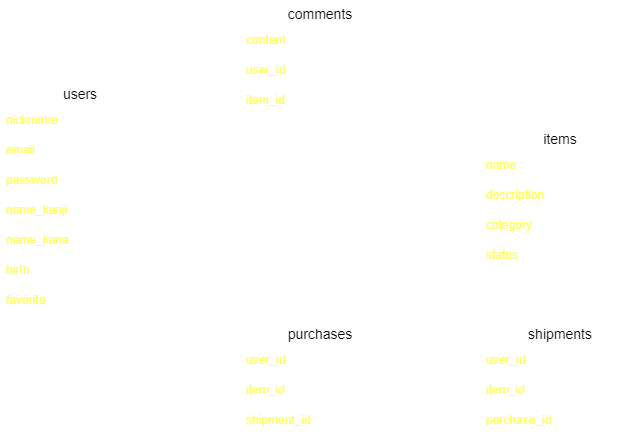
This is ER_furima-39485.png from Aya-Nori/furima-39485, a draw.io export, as it was before one commit. Source tidied: cells renumbered, new cells last; positions are measured from the earlier drawing's top-left corner, leaving out a move shared by most shapes. The source it was exported from:
```xml
<mxGraphModel>
  <root>
    <mxCell id="0" />
    <mxCell id="1" parent="0" />
    <mxCell id="2" value="users" style="swimlane;fontStyle=0;horizontal=1;startSize=26;align=center;fontSize=14;labelBackgroundColor=default;strokeColor=#FFFFFF;" parent="1" vertex="1">
      <mxGeometry y="80" width="160" height="236" as="geometry" />
    </mxCell>
    <mxCell id="3" value="nickname" style="text;strokeColor=none;fillColor=none;spacingLeft=4;spacingRight=4;overflow=hidden;fontSize=12;labelBackgroundColor=none;fontColor=#FFFF66;" parent="2" vertex="1">
      <mxGeometry y="26" width="160" height="30" as="geometry" />
    </mxCell>
    <mxCell id="4" value="email" style="text;strokeColor=none;fillColor=none;spacingLeft=4;spacingRight=4;overflow=hidden;points=[[0,0.5],[1,0.5]];portConstraint=eastwest;fontSize=12;labelBackgroundColor=none;fontColor=#FFFF66;" parent="2" vertex="1">
      <mxGeometry y="56" width="160" height="30" as="geometry" />
    </mxCell>
    <mxCell id="5" value="password" style="text;strokeColor=none;fillColor=none;spacingLeft=4;spacingRight=4;overflow=hidden;fontSize=12;labelBackgroundColor=none;fontColor=#FFFF66;" parent="2" vertex="1">
      <mxGeometry y="86" width="160" height="30" as="geometry" />
    </mxCell>
    <mxCell id="6" value="name_kanji" style="text;strokeColor=none;fillColor=none;spacingLeft=4;spacingRight=4;overflow=hidden;points=[[0,0.5],[1,0.5]];portConstraint=eastwest;fontSize=12;labelBackgroundColor=none;fontColor=#FFFF66;" parent="2" vertex="1">
      <mxGeometry y="116" width="160" height="30" as="geometry" />
    </mxCell>
    <mxCell id="7" value="name_kana" style="text;strokeColor=none;fillColor=none;spacingLeft=4;spacingRight=4;overflow=hidden;points=[[0,0.5],[1,0.5]];portConstraint=eastwest;fontSize=12;labelBackgroundColor=none;fontColor=#FFFF66;" parent="2" vertex="1">
      <mxGeometry y="146" width="160" height="30" as="geometry" />
    </mxCell>
    <mxCell id="8" value="birth" style="text;strokeColor=none;fillColor=none;spacingLeft=4;spacingRight=4;overflow=hidden;points=[[0,0.5],[1,0.5]];portConstraint=eastwest;fontSize=12;labelBackgroundColor=none;fontColor=#FFFF66;" parent="2" vertex="1">
      <mxGeometry y="176" width="160" height="30" as="geometry" />
    </mxCell>
    <mxCell id="9" value="favorite" style="text;strokeColor=none;fillColor=none;spacingLeft=4;spacingRight=4;overflow=hidden;fontSize=12;labelBackgroundColor=none;fontColor=#FFFF66;" parent="2" vertex="1">
      <mxGeometry y="206" width="160" height="30" as="geometry" />
    </mxCell>
    <mxCell id="10" value="items" style="swimlane;fontStyle=0;horizontal=1;startSize=26;align=center;fontSize=14;labelBackgroundColor=default;strokeColor=#FFFFFF;" parent="1" vertex="1">
      <mxGeometry x="480" y="125" width="160" height="146" as="geometry" />
    </mxCell>
    <mxCell id="11" value="name" style="text;strokeColor=none;fillColor=none;spacingLeft=4;spacingRight=4;overflow=hidden;points=[[0,0.5],[1,0.5]];portConstraint=eastwest;fontSize=12;labelBackgroundColor=none;fontColor=#FFFF66;" parent="10" vertex="1">
      <mxGeometry y="26" width="160" height="30" as="geometry" />
    </mxCell>
    <mxCell id="12" value="description" style="text;strokeColor=none;fillColor=none;spacingLeft=4;spacingRight=4;overflow=hidden;points=[[0,0.5],[1,0.5]];portConstraint=eastwest;fontSize=12;labelBackgroundColor=none;fontColor=#FFFF66;" parent="10" vertex="1">
      <mxGeometry y="56" width="160" height="30" as="geometry" />
    </mxCell>
    <mxCell id="13" value="category" style="text;strokeColor=none;fillColor=none;spacingLeft=4;spacingRight=4;overflow=hidden;fontSize=12;labelBackgroundColor=none;fontColor=#FFFF66;" parent="10" vertex="1">
      <mxGeometry y="86" width="160" height="30" as="geometry" />
    </mxCell>
    <mxCell id="14" value="status" style="text;strokeColor=none;fillColor=none;spacingLeft=4;spacingRight=4;overflow=hidden;fontSize=12;labelBackgroundColor=none;fontColor=#FFFF66;" parent="10" vertex="1">
      <mxGeometry y="116" width="160" height="30" as="geometry" />
    </mxCell>
    <mxCell id="15" value="comments" style="swimlane;fontStyle=0;horizontal=1;startSize=26;align=center;fontSize=14;labelBackgroundColor=default;strokeColor=#FFFFFF;" parent="1" vertex="1">
      <mxGeometry x="240" width="160" height="116" as="geometry" />
    </mxCell>
    <mxCell id="16" value="content" style="text;strokeColor=none;fillColor=none;spacingLeft=4;spacingRight=4;overflow=hidden;fontSize=12;labelBackgroundColor=none;fontColor=#FFFF66;" parent="15" vertex="1">
      <mxGeometry y="26" width="160" height="30" as="geometry" />
    </mxCell>
    <mxCell id="17" value="user_id" style="text;strokeColor=none;fillColor=none;spacingLeft=4;spacingRight=4;overflow=hidden;points=[[0,0.5],[1,0.5]];portConstraint=eastwest;fontSize=12;labelBackgroundColor=none;fontColor=#FFFF66;" parent="15" vertex="1">
      <mxGeometry y="56" width="160" height="30" as="geometry" />
    </mxCell>
    <mxCell id="18" value="item_id" style="text;strokeColor=none;fillColor=none;spacingLeft=4;spacingRight=4;overflow=hidden;fontSize=12;labelBackgroundColor=none;fontColor=#FFFF66;" parent="15" vertex="1">
      <mxGeometry y="86" width="160" height="30" as="geometry" />
    </mxCell>
    <mxCell id="19" value="purchases" style="swimlane;fontStyle=0;horizontal=1;startSize=26;align=center;fontSize=14;labelBackgroundColor=default;strokeColor=#FFFFFF;" parent="1" vertex="1">
      <mxGeometry x="240" y="320" width="160" height="116" as="geometry" />
    </mxCell>
    <mxCell id="20" value="user_id" style="text;strokeColor=none;fillColor=none;spacingLeft=4;spacingRight=4;overflow=hidden;points=[[0,0.5],[1,0.5]];portConstraint=eastwest;fontSize=12;labelBackgroundColor=none;fontColor=#FFFF66;" parent="19" vertex="1">
      <mxGeometry y="26" width="160" height="30" as="geometry" />
    </mxCell>
    <mxCell id="21" value="item_id" style="text;strokeColor=none;fillColor=none;spacingLeft=4;spacingRight=4;overflow=hidden;points=[[0,0.5],[1,0.5]];portConstraint=eastwest;fontSize=12;labelBackgroundColor=none;fontColor=#FFFF66;" parent="19" vertex="1">
      <mxGeometry y="56" width="160" height="30" as="geometry" />
    </mxCell>
    <mxCell id="22" value="shipment_id" style="text;strokeColor=none;fillColor=none;spacingLeft=4;spacingRight=4;overflow=hidden;fontSize=12;labelBackgroundColor=none;fontColor=#FFFF66;" parent="19" vertex="1">
      <mxGeometry y="86" width="160" height="30" as="geometry" />
    </mxCell>
    <mxCell id="23" value="shipments" style="swimlane;fontStyle=0;horizontal=1;startSize=26;align=center;fontSize=14;labelBackgroundColor=default;strokeColor=#FFFFFF;" parent="1" vertex="1">
      <mxGeometry x="480" y="320" width="160" height="116" as="geometry" />
    </mxCell>
    <mxCell id="24" value="user_id" style="text;strokeColor=none;fillColor=none;spacingLeft=4;spacingRight=4;overflow=hidden;fontSize=12;labelBackgroundColor=none;fontColor=#FFFF66;" parent="23" vertex="1">
      <mxGeometry y="26" width="160" height="30" as="geometry" />
    </mxCell>
    <mxCell id="25" value="item_id" style="text;strokeColor=none;fillColor=none;spacingLeft=4;spacingRight=4;overflow=hidden;points=[[0,0.5],[1,0.5]];portConstraint=eastwest;fontSize=12;labelBackgroundColor=none;fontColor=#FFFF66;" parent="23" vertex="1">
      <mxGeometry y="56" width="160" height="30" as="geometry" />
    </mxCell>
    <mxCell id="26" value="perchase_id" style="text;strokeColor=none;fillColor=none;spacingLeft=4;spacingRight=4;overflow=hidden;fontSize=12;labelBackgroundColor=none;fontColor=#FFFF66;" parent="23" vertex="1">
      <mxGeometry y="86" width="160" height="30" as="geometry" />
    </mxCell>
    <mxCell id="27" style="edgeStyle=entityRelationEdgeStyle;fontSize=12;html=1;endArrow=ERmandOne;startArrow=ERmandOne;exitX=1;exitY=0.5;exitDx=0;exitDy=0;labelBackgroundColor=default;strokeColor=#FFFFFF;" parent="1" edge="1" source="7" target="19">
      <mxGeometry relative="1" as="geometry" />
    </mxCell>
    <mxCell id="28" style="edgeStyle=entityRelationEdgeStyle;fontSize=12;html=1;endArrow=ERmandOne;startArrow=ERmandOne;labelBackgroundColor=none;fontColor=#FFFF66;strokeColor=#FFFFFF;" parent="1" edge="1" source="19" target="23">
      <mxGeometry relative="1" as="geometry" />
    </mxCell>
    <mxCell id="29" style="edgeStyle=entityRelationEdgeStyle;fontSize=12;html=1;endArrow=ERoneToMany;startArrow=ERmandOne;labelBackgroundColor=default;fillColor=#f9f7ed;strokeColor=#FFFFFF;" parent="1" edge="1" source="2" target="10">
      <mxGeometry relative="1" as="geometry" />
    </mxCell>
    <mxCell id="30" style="edgeStyle=entityRelationEdgeStyle;fontSize=12;html=1;endArrow=ERoneToMany;startArrow=ERmandOne;exitX=1;exitY=0.8;exitDx=0;exitDy=0;exitPerimeter=0;labelBackgroundColor=default;strokeColor=#FFFFFF;" parent="1" edge="1" source="4" target="15">
      <mxGeometry relative="1" as="geometry" />
    </mxCell>
    <mxCell id="31" style="edgeStyle=entityRelationEdgeStyle;fontSize=12;html=1;endArrow=ERoneToMany;startArrow=ERmandOne;exitX=0;exitY=0.5;exitDx=0;exitDy=0;labelBackgroundColor=default;fillColor=#ffe6cc;strokeColor=#FFFFFF;" parent="1" edge="1" source="11" target="15">
      <mxGeometry relative="1" as="geometry" />
    </mxCell>
  </root>
</mxGraphModel>
```
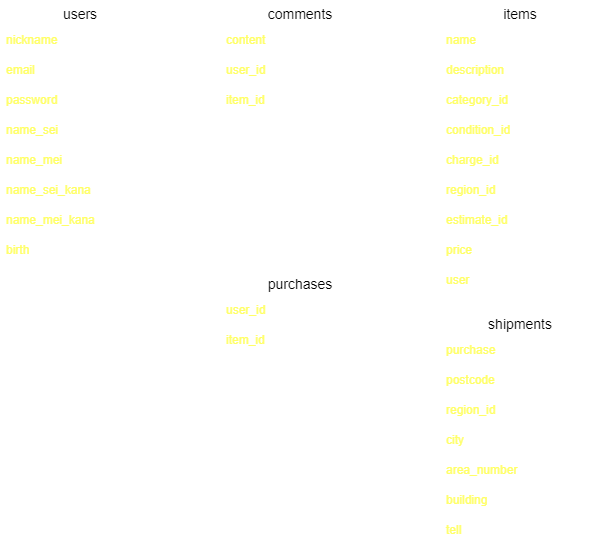
Above is the later version.

Change to the diagram source:
```diff
@@ -3,7 +3,7 @@
     <mxCell id="0" />
     <mxCell id="1" parent="0" />
     <mxCell id="2" value="users" style="swimlane;fontStyle=0;horizontal=1;startSize=26;align=center;fontSize=14;labelBackgroundColor=default;strokeColor=#FFFFFF;" parent="1" vertex="1">
-      <mxGeometry y="80" width="160" height="236" as="geometry" />
+      <mxGeometry y="-30" width="160" height="266" as="geometry" />
     </mxCell>
     <mxCell id="3" value="nickname" style="text;strokeColor=none;fillColor=none;spacingLeft=4;spacingRight=4;overflow=hidden;fontSize=12;labelBackgroundColor=none;fontColor=#FFFF66;" parent="2" vertex="1">
       <mxGeometry y="26" width="160" height="30" as="geometry" />
@@ -14,20 +14,23 @@
     <mxCell id="5" value="password" style="text;strokeColor=none;fillColor=none;spacingLeft=4;spacingRight=4;overflow=hidden;fontSize=12;labelBackgroundColor=none;fontColor=#FFFF66;" parent="2" vertex="1">
       <mxGeometry y="86" width="160" height="30" as="geometry" />
     </mxCell>
-    <mxCell id="6" value="name_kanji" style="text;strokeColor=none;fillColor=none;spacingLeft=4;spacingRight=4;overflow=hidden;points=[[0,0.5],[1,0.5]];portConstraint=eastwest;fontSize=12;labelBackgroundColor=none;fontColor=#FFFF66;" parent="2" vertex="1">
+    <mxCell id="6" value="name_sei" style="text;strokeColor=none;fillColor=none;spacingLeft=4;spacingRight=4;overflow=hidden;points=[[0,0.5],[1,0.5]];portConstraint=eastwest;fontSize=12;labelBackgroundColor=none;fontColor=#FFFF66;" parent="2" vertex="1">
       <mxGeometry y="116" width="160" height="30" as="geometry" />
     </mxCell>
-    <mxCell id="7" value="name_kana" style="text;strokeColor=none;fillColor=none;spacingLeft=4;spacingRight=4;overflow=hidden;points=[[0,0.5],[1,0.5]];portConstraint=eastwest;fontSize=12;labelBackgroundColor=none;fontColor=#FFFF66;" parent="2" vertex="1">
+    <mxCell id="7" value="name_mei" style="text;strokeColor=none;fillColor=none;spacingLeft=4;spacingRight=4;overflow=hidden;points=[[0,0.5],[1,0.5]];portConstraint=eastwest;fontSize=12;labelBackgroundColor=none;fontColor=#FFFF66;" parent="2" vertex="1">
       <mxGeometry y="146" width="160" height="30" as="geometry" />
     </mxCell>
-    <mxCell id="8" value="birth" style="text;strokeColor=none;fillColor=none;spacingLeft=4;spacingRight=4;overflow=hidden;points=[[0,0.5],[1,0.5]];portConstraint=eastwest;fontSize=12;labelBackgroundColor=none;fontColor=#FFFF66;" parent="2" vertex="1">
+    <mxCell id="8" value="name_sei_kana" style="text;strokeColor=none;fillColor=none;spacingLeft=4;spacingRight=4;overflow=hidden;points=[[0,0.5],[1,0.5]];portConstraint=eastwest;fontSize=12;labelBackgroundColor=none;fontColor=#FFFF66;" parent="2" vertex="1">
       <mxGeometry y="176" width="160" height="30" as="geometry" />
     </mxCell>
-    <mxCell id="9" value="favorite" style="text;strokeColor=none;fillColor=none;spacingLeft=4;spacingRight=4;overflow=hidden;fontSize=12;labelBackgroundColor=none;fontColor=#FFFF66;" parent="2" vertex="1">
+    <mxCell id="9" value="name_mei_kana" style="text;strokeColor=none;fillColor=none;spacingLeft=4;spacingRight=4;overflow=hidden;fontSize=12;labelBackgroundColor=none;fontColor=#FFFF66;" parent="2" vertex="1">
       <mxGeometry y="206" width="160" height="30" as="geometry" />
     </mxCell>
+    <mxCell id="32" value="birth" style="text;strokeColor=none;fillColor=none;spacingLeft=4;spacingRight=4;overflow=hidden;fontSize=12;labelBackgroundColor=none;fontColor=#FFFF66;" parent="2" vertex="1">
+      <mxGeometry y="236" width="160" height="30" as="geometry" />
+    </mxCell>
     <mxCell id="10" value="items" style="swimlane;fontStyle=0;horizontal=1;startSize=26;align=center;fontSize=14;labelBackgroundColor=default;strokeColor=#FFFFFF;" parent="1" vertex="1">
-      <mxGeometry x="480" y="125" width="160" height="146" as="geometry" />
+      <mxGeometry x="440" y="-30" width="160" height="296" as="geometry" />
     </mxCell>
     <mxCell id="11" value="name" style="text;strokeColor=none;fillColor=none;spacingLeft=4;spacingRight=4;overflow=hidden;points=[[0,0.5],[1,0.5]];portConstraint=eastwest;fontSize=12;labelBackgroundColor=none;fontColor=#FFFF66;" parent="10" vertex="1">
       <mxGeometry y="26" width="160" height="30" as="geometry" />
@@ -35,14 +38,29 @@
     <mxCell id="12" value="description" style="text;strokeColor=none;fillColor=none;spacingLeft=4;spacingRight=4;overflow=hidden;points=[[0,0.5],[1,0.5]];portConstraint=eastwest;fontSize=12;labelBackgroundColor=none;fontColor=#FFFF66;" parent="10" vertex="1">
       <mxGeometry y="56" width="160" height="30" as="geometry" />
     </mxCell>
-    <mxCell id="13" value="category" style="text;strokeColor=none;fillColor=none;spacingLeft=4;spacingRight=4;overflow=hidden;fontSize=12;labelBackgroundColor=none;fontColor=#FFFF66;" parent="10" vertex="1">
+    <mxCell id="13" value="category_id" style="text;strokeColor=none;fillColor=none;spacingLeft=4;spacingRight=4;overflow=hidden;fontSize=12;labelBackgroundColor=none;fontColor=#FFFF66;" parent="10" vertex="1">
       <mxGeometry y="86" width="160" height="30" as="geometry" />
     </mxCell>
+    <mxCell id="33" value="condition_id" style="text;strokeColor=none;fillColor=none;spacingLeft=4;spacingRight=4;overflow=hidden;points=[[0,0.5],[1,0.5]];portConstraint=eastwest;fontSize=12;labelBackgroundColor=none;fontColor=#FFFF66;" parent="10" vertex="1">
+      <mxGeometry y="116" width="160" height="30" as="geometry" />
+    </mxCell>
+    <mxCell id="34" value="charge_id" style="text;strokeColor=none;fillColor=none;spacingLeft=4;spacingRight=4;overflow=hidden;fontSize=12;labelBackgroundColor=none;fontColor=#FFFF66;" parent="10" vertex="1">
+      <mxGeometry y="146" width="160" height="30" as="geometry" />
+    </mxCell>
+    <mxCell id="35" value="region_id" style="text;strokeColor=none;fillColor=none;spacingLeft=4;spacingRight=4;overflow=hidden;points=[[0,0.5],[1,0.5]];portConstraint=eastwest;fontSize=12;labelBackgroundColor=none;fontColor=#FFFF66;" parent="10" vertex="1">
+      <mxGeometry y="176" width="160" height="30" as="geometry" />
+    </mxCell>
+    <mxCell id="36" value="estimate_id" style="text;strokeColor=none;fillColor=none;spacingLeft=4;spacingRight=4;overflow=hidden;fontSize=12;labelBackgroundColor=none;fontColor=#FFFF66;" parent="10" vertex="1">
+      <mxGeometry y="206" width="160" height="30" as="geometry" />
+    </mxCell>
+    <mxCell id="37" value="price" style="text;strokeColor=none;fillColor=none;spacingLeft=4;spacingRight=4;overflow=hidden;fontSize=12;labelBackgroundColor=none;fontColor=#FFFF66;" parent="10" vertex="1">
+      <mxGeometry y="236" width="160" height="30" as="geometry" />
+    </mxCell>
-    <mxCell id="14" value="status" style="text;strokeColor=none;fillColor=none;spacingLeft=4;spacingRight=4;overflow=hidden;fontSize=12;labelBackgroundColor=none;fontColor=#FFFF66;" parent="10" vertex="1">
-      <mxGeometry y="116" width="160" height="30" as="geometry" />
+    <mxCell id="14" value="user" style="text;strokeColor=none;fillColor=none;spacingLeft=4;spacingRight=4;overflow=hidden;fontSize=12;labelBackgroundColor=none;fontColor=#FFFF66;" parent="10" vertex="1">
+      <mxGeometry y="266" width="160" height="30" as="geometry" />
     </mxCell>
     <mxCell id="15" value="comments" style="swimlane;fontStyle=0;horizontal=1;startSize=26;align=center;fontSize=14;labelBackgroundColor=default;strokeColor=#FFFFFF;" parent="1" vertex="1">
-      <mxGeometry x="240" width="160" height="116" as="geometry" />
+      <mxGeometry x="220" y="-30" width="160" height="116" as="geometry" />
     </mxCell>
     <mxCell id="16" value="content" style="text;strokeColor=none;fillColor=none;spacingLeft=4;spacingRight=4;overflow=hidden;fontSize=12;labelBackgroundColor=none;fontColor=#FFFF66;" parent="15" vertex="1">
       <mxGeometry y="26" width="160" height="30" as="geometry" />
@@ -54,7 +72,7 @@
       <mxGeometry y="86" width="160" height="30" as="geometry" />
     </mxCell>
     <mxCell id="19" value="purchases" style="swimlane;fontStyle=0;horizontal=1;startSize=26;align=center;fontSize=14;labelBackgroundColor=default;strokeColor=#FFFFFF;" parent="1" vertex="1">
-      <mxGeometry x="240" y="320" width="160" height="116" as="geometry" />
+      <mxGeometry x="220" y="240" width="160" height="86" as="geometry" />
     </mxCell>
     <mxCell id="20" value="user_id" style="text;strokeColor=none;fillColor=none;spacingLeft=4;spacingRight=4;overflow=hidden;points=[[0,0.5],[1,0.5]];portConstraint=eastwest;fontSize=12;labelBackgroundColor=none;fontColor=#FFFF66;" parent="19" vertex="1">
       <mxGeometry y="26" width="160" height="30" as="geometry" />
@@ -62,35 +80,47 @@
     <mxCell id="21" value="item_id" style="text;strokeColor=none;fillColor=none;spacingLeft=4;spacingRight=4;overflow=hidden;points=[[0,0.5],[1,0.5]];portConstraint=eastwest;fontSize=12;labelBackgroundColor=none;fontColor=#FFFF66;" parent="19" vertex="1">
       <mxGeometry y="56" width="160" height="30" as="geometry" />
     </mxCell>
-    <mxCell id="22" value="shipment_id" style="text;strokeColor=none;fillColor=none;spacingLeft=4;spacingRight=4;overflow=hidden;fontSize=12;labelBackgroundColor=none;fontColor=#FFFF66;" parent="19" vertex="1">
-      <mxGeometry y="86" width="160" height="30" as="geometry" />
-    </mxCell>
     <mxCell id="23" value="shipments" style="swimlane;fontStyle=0;horizontal=1;startSize=26;align=center;fontSize=14;labelBackgroundColor=default;strokeColor=#FFFFFF;" parent="1" vertex="1">
-      <mxGeometry x="480" y="320" width="160" height="116" as="geometry" />
+      <mxGeometry x="440" y="280" width="160" height="236" as="geometry" />
     </mxCell>
-    <mxCell id="24" value="user_id" style="text;strokeColor=none;fillColor=none;spacingLeft=4;spacingRight=4;overflow=hidden;fontSize=12;labelBackgroundColor=none;fontColor=#FFFF66;" parent="23" vertex="1">
+    <mxCell id="24" value="purchase" style="text;strokeColor=none;fillColor=none;spacingLeft=4;spacingRight=4;overflow=hidden;fontSize=12;labelBackgroundColor=none;fontColor=#FFFF66;" parent="23" vertex="1">
       <mxGeometry y="26" width="160" height="30" as="geometry" />
     </mxCell>
-    <mxCell id="25" value="item_id" style="text;strokeColor=none;fillColor=none;spacingLeft=4;spacingRight=4;overflow=hidden;points=[[0,0.5],[1,0.5]];portConstraint=eastwest;fontSize=12;labelBackgroundColor=none;fontColor=#FFFF66;" parent="23" vertex="1">
+    <mxCell id="25" value="postcode" style="text;strokeColor=none;fillColor=none;spacingLeft=4;spacingRight=4;overflow=hidden;points=[[0,0.5],[1,0.5]];portConstraint=eastwest;fontSize=12;labelBackgroundColor=none;fontColor=#FFFF66;" parent="23" vertex="1">
       <mxGeometry y="56" width="160" height="30" as="geometry" />
     </mxCell>
-    <mxCell id="26" value="perchase_id" style="text;strokeColor=none;fillColor=none;spacingLeft=4;spacingRight=4;overflow=hidden;fontSize=12;labelBackgroundColor=none;fontColor=#FFFF66;" parent="23" vertex="1">
+    <mxCell id="26" value="region_id" style="text;strokeColor=none;fillColor=none;spacingLeft=4;spacingRight=4;overflow=hidden;fontSize=12;labelBackgroundColor=none;fontColor=#FFFF66;" parent="23" vertex="1">
       <mxGeometry y="86" width="160" height="30" as="geometry" />
     </mxCell>
+    <mxCell id="38" value="city" style="text;strokeColor=none;fillColor=none;spacingLeft=4;spacingRight=4;overflow=hidden;fontSize=12;labelBackgroundColor=none;fontColor=#FFFF66;" parent="23" vertex="1">
+      <mxGeometry y="116" width="160" height="30" as="geometry" />
+    </mxCell>
+    <mxCell id="39" value="area_number" style="text;strokeColor=none;fillColor=none;spacingLeft=4;spacingRight=4;overflow=hidden;fontSize=12;labelBackgroundColor=none;fontColor=#FFFF66;" parent="23" vertex="1">
+      <mxGeometry y="146" width="160" height="30" as="geometry" />
+    </mxCell>
+    <mxCell id="40" value="building" style="text;strokeColor=none;fillColor=none;spacingLeft=4;spacingRight=4;overflow=hidden;fontSize=12;labelBackgroundColor=none;fontColor=#FFFF66;" parent="23" vertex="1">
+      <mxGeometry y="176" width="160" height="30" as="geometry" />
+    </mxCell>
+    <mxCell id="41" value="tell" style="text;strokeColor=none;fillColor=none;spacingLeft=4;spacingRight=4;overflow=hidden;fontSize=12;labelBackgroundColor=none;fontColor=#FFFF66;" parent="23" vertex="1">
+      <mxGeometry y="206" width="160" height="30" as="geometry" />
+    </mxCell>
-    <mxCell id="27" style="edgeStyle=entityRelationEdgeStyle;fontSize=12;html=1;endArrow=ERmandOne;startArrow=ERmandOne;exitX=1;exitY=0.5;exitDx=0;exitDy=0;labelBackgroundColor=default;strokeColor=#FFFFFF;" parent="1" edge="1" source="7" target="19">
+    <mxCell id="27" style="edgeStyle=entityRelationEdgeStyle;fontSize=12;html=1;endArrow=ERoneToMany;startArrow=ERmandOne;labelBackgroundColor=default;strokeColor=#FFFFFF;endFill=0;" parent="1" edge="1" source="8" target="19">
       <mxGeometry relative="1" as="geometry" />
     </mxCell>
-    <mxCell id="28" style="edgeStyle=entityRelationEdgeStyle;fontSize=12;html=1;endArrow=ERmandOne;startArrow=ERmandOne;labelBackgroundColor=none;fontColor=#FFFF66;strokeColor=#FFFFFF;" parent="1" edge="1" source="19" target="23">
+    <mxCell id="28" style="edgeStyle=entityRelationEdgeStyle;fontSize=12;html=1;endArrow=ERmandOne;startArrow=ERmandOne;labelBackgroundColor=none;fontColor=#FFFF66;strokeColor=#FFFFFF;" parent="1" edge="1" source="21" target="25">
       <mxGeometry relative="1" as="geometry" />
     </mxCell>
-    <mxCell id="29" style="edgeStyle=entityRelationEdgeStyle;fontSize=12;html=1;endArrow=ERoneToMany;startArrow=ERmandOne;labelBackgroundColor=default;fillColor=#f9f7ed;strokeColor=#FFFFFF;" parent="1" edge="1" source="2" target="10">
+    <mxCell id="29" style="edgeStyle=entityRelationEdgeStyle;fontSize=12;html=1;endArrow=ERoneToMany;startArrow=ERmandOne;labelBackgroundColor=default;fillColor=#f9f7ed;strokeColor=#FFFFFF;" parent="1" edge="1" source="6" target="33">
       <mxGeometry relative="1" as="geometry" />
     </mxCell>
-    <mxCell id="30" style="edgeStyle=entityRelationEdgeStyle;fontSize=12;html=1;endArrow=ERoneToMany;startArrow=ERmandOne;exitX=1;exitY=0.8;exitDx=0;exitDy=0;exitPerimeter=0;labelBackgroundColor=default;strokeColor=#FFFFFF;" parent="1" edge="1" source="4" target="15">
+    <mxCell id="30" style="edgeStyle=entityRelationEdgeStyle;fontSize=12;html=1;endArrow=ERoneToMany;startArrow=ERmandOne;labelBackgroundColor=default;strokeColor=#FFFFFF;" parent="1" edge="1" source="4" target="17">
       <mxGeometry relative="1" as="geometry" />
     </mxCell>
-    <mxCell id="31" style="edgeStyle=entityRelationEdgeStyle;fontSize=12;html=1;endArrow=ERoneToMany;startArrow=ERmandOne;exitX=0;exitY=0.5;exitDx=0;exitDy=0;labelBackgroundColor=default;fillColor=#ffe6cc;strokeColor=#FFFFFF;" parent="1" edge="1" source="11" target="15">
+    <mxCell id="31" style="edgeStyle=entityRelationEdgeStyle;fontSize=12;html=1;endArrow=ERoneToMany;startArrow=ERmandOne;labelBackgroundColor=default;fillColor=#ffe6cc;strokeColor=#FFFFFF;" parent="1" edge="1" source="12" target="17">
       <mxGeometry relative="1" as="geometry" />
     </mxCell>
+    <mxCell id="42" style="edgeStyle=entityRelationEdgeStyle;fontSize=12;html=1;endArrow=ERmandOne;startArrow=ERmandOne;labelBackgroundColor=none;fontColor=#FFFF66;strokeColor=#FFFFFF;" parent="1" edge="1" source="20" target="35">
+      <mxGeometry relative="1" as="geometry" />
+    </mxCell>
   </root>
 </mxGraphModel>
```
